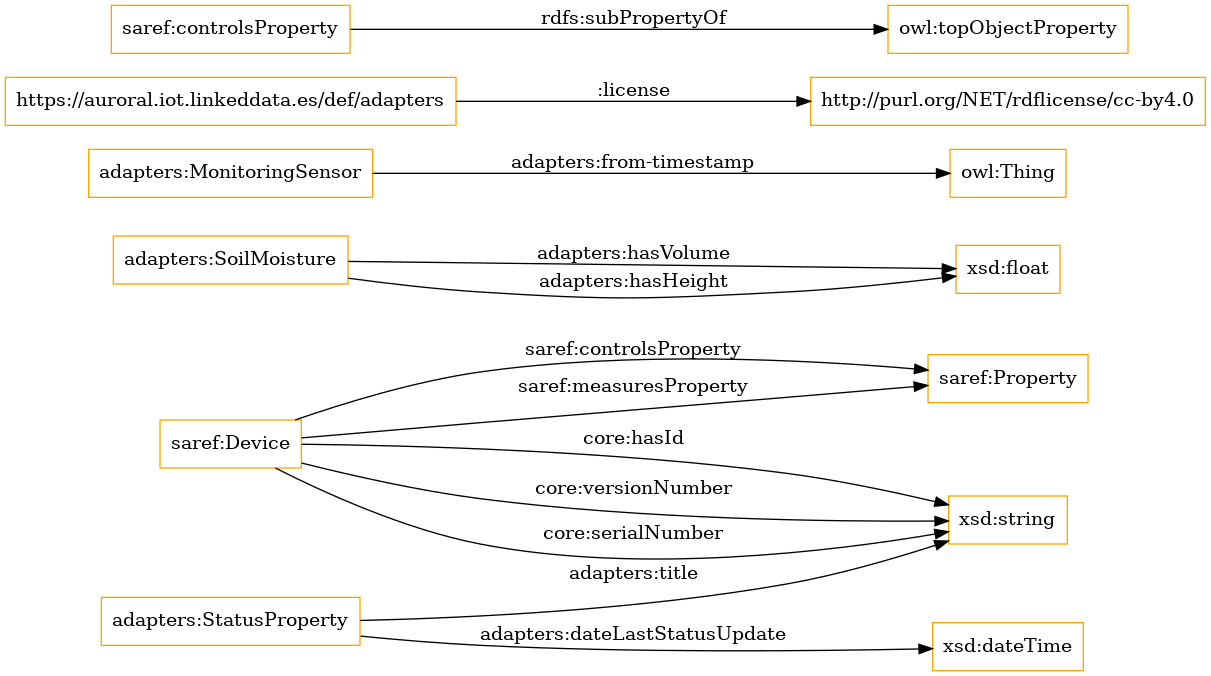
Earlier version of the Graphviz export OnToology/Ontology/adapters-ontology.owl/diagrams/ar2dtool-class/adapters-ontology.owl.png (oeg-upm/auroral-adapters-ontology). Its source is kept beside it as OnToology/Ontology/adapters-ontology.owl/diagrams/ar2dtool-class/adapters-ontology.owl.png.dot. Source of this version:
```dot
digraph ar2dtool_diagram {
rankdir=LR;
size="1501"
node [shape = rectangle, color="orange"]; "saref:Device" "adapters:SoilMoisture" "saref:Property" "adapters:MonitoringSensor" "adapters:StatusProperty" ; /*classes style*/
	"https://auroral.iot.linkeddata.es/def/adapters" -> "http://purl.org/NET/rdflicense/cc-by4.0" [ label = ":license" ];
	"saref:controlsProperty" -> "owl:topObjectProperty" [ label = "rdfs:subPropertyOf" ];
	"saref:Device" -> "xsd:string" [ label = "core:hasId" ];
	"adapters:StatusProperty" -> "xsd:string" [ label = "adapters:title" ];
	"saref:Device" -> "saref:Property" [ label = "saref:controlsProperty" ];
	"adapters:SoilMoisture" -> "xsd:float" [ label = "adapters:hasVolume" ];
	"saref:Device" -> "xsd:string" [ label = "core:versionNumber" ];
	"saref:Device" -> "saref:Property" [ label = "saref:measuresProperty" ];
	"adapters:MonitoringSensor" -> "owl:Thing" [ label = "adapters:from-timestamp" ];
	"adapters:StatusProperty" -> "xsd:dateTime" [ label = "adapters:dateLastStatusUpdate" ];
	"adapters:SoilMoisture" -> "xsd:float" [ label = "adapters:hasHeight" ];
	"saref:Device" -> "xsd:string" [ label = "core:serialNumber" ];

}
```
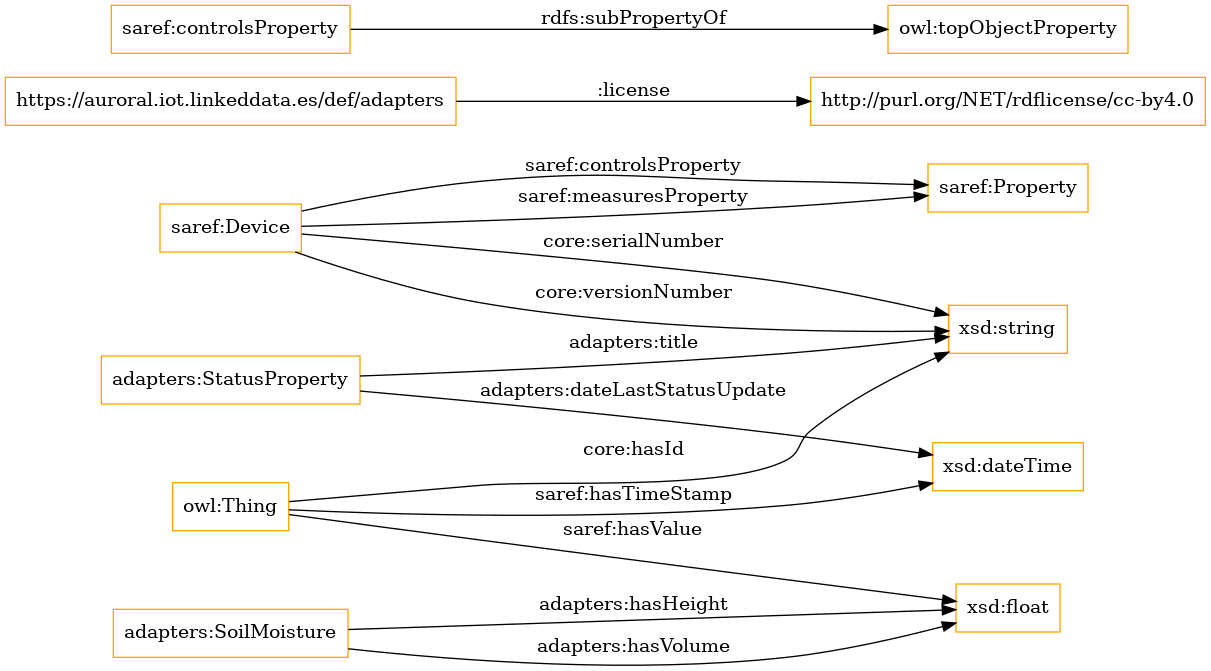
The same file after the commit.

What changed in the source:
```diff
@@ -1,16 +1,17 @@
 digraph ar2dtool_diagram {
 rankdir=LR;
 size="1501"
-node [shape = rectangle, color="orange"]; "saref:Device" "adapters:SoilMoisture" "saref:Property" "adapters:MonitoringSensor" "adapters:StatusProperty" ; /*classes style*/
+node [shape = rectangle, color="orange"]; "saref:Device" "adapters:SoilMoisture" "saref:Property" "adapters:StatusProperty" ; /*classes style*/
 	"https://auroral.iot.linkeddata.es/def/adapters" -> "http://purl.org/NET/rdflicense/cc-by4.0" [ label = ":license" ];
 	"saref:controlsProperty" -> "owl:topObjectProperty" [ label = "rdfs:subPropertyOf" ];
-	"saref:Device" -> "xsd:string" [ label = "core:hasId" ];
+	"owl:Thing" -> "xsd:string" [ label = "core:hasId" ];
 	"adapters:StatusProperty" -> "xsd:string" [ label = "adapters:title" ];
 	"saref:Device" -> "saref:Property" [ label = "saref:controlsProperty" ];
 	"adapters:SoilMoisture" -> "xsd:float" [ label = "adapters:hasVolume" ];
+	"owl:Thing" -> "xsd:dateTime" [ label = "saref:hasTimeStamp" ];
 	"saref:Device" -> "xsd:string" [ label = "core:versionNumber" ];
 	"saref:Device" -> "saref:Property" [ label = "saref:measuresProperty" ];
-	"adapters:MonitoringSensor" -> "owl:Thing" [ label = "adapters:from-timestamp" ];
+	"owl:Thing" -> "xsd:float" [ label = "saref:hasValue" ];
 	"adapters:StatusProperty" -> "xsd:dateTime" [ label = "adapters:dateLastStatusUpdate" ];
 	"adapters:SoilMoisture" -> "xsd:float" [ label = "adapters:hasHeight" ];
 	"saref:Device" -> "xsd:string" [ label = "core:serialNumber" ];
```
